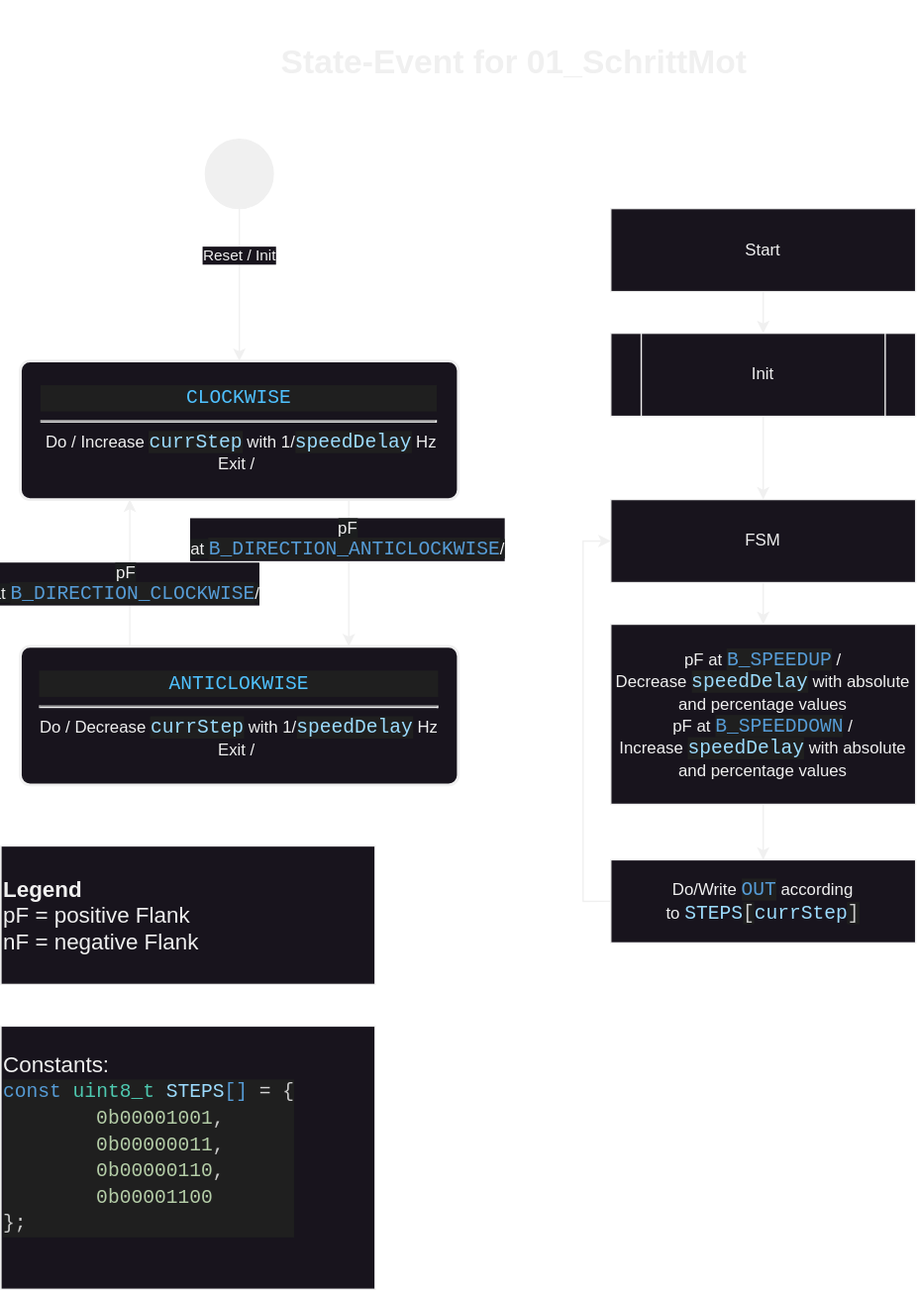
Before: readme/State-Event.drawio.svg, a diagram exported from draw.io (ml3rc/01_SchrittMot). Source tidied: cells renumbered, new cells last; positions are measured from the earlier drawing's top-left corner, leaving out a move shared by most shapes. Its diagram source:
```xml
<mxGraphModel>
  <root>
    <mxCell id="0" />
    <mxCell id="1" parent="0" />
    <mxCell id="2" style="edgeStyle=orthogonalEdgeStyle;rounded=0;jettySize=auto;html=1;exitX=0.5;exitY=1;exitDx=0;exitDy=0;entryX=0.5;entryY=0;entryDx=0;entryDy=0;" parent="1" edge="1" source="9" target="6">
      <mxGeometry relative="1" as="geometry" />
    </mxCell>
    <mxCell id="3" value="Reset / Init" style="edgeLabel;html=1;align=center;verticalAlign=middle;" parent="2" vertex="1">
      <mxGeometry x="0.3" relative="1" as="geometry">
        <mxPoint y="-38" as="offset" />
      </mxGeometry>
    </mxCell>
    <mxCell id="4" style="edgeStyle=orthogonalEdgeStyle;rounded=0;jettySize=auto;html=1;exitX=0.75;exitY=1;exitDx=0;exitDy=0;entryX=0.75;entryY=0;entryDx=0;entryDy=0;" parent="1" edge="1" source="6" target="13">
      <mxGeometry relative="1" as="geometry" />
    </mxCell>
    <mxCell id="5" value="&lt;span style=&quot;font-size: 12px; text-wrap: wrap; background-color: rgb(27, 29, 30);&quot;&gt;pF at&amp;nbsp;&lt;/span&gt;&lt;span style=&quot;color: rgb(86, 156, 214); background-color: rgb(31, 31, 31); font-family: Consolas, &amp;quot;Courier New&amp;quot;, monospace; font-size: 14px; white-space-collapse: preserve;&quot;&gt;B_DIRECTION_ANTICLOCKWISE&lt;/span&gt;&lt;span style=&quot;font-size: 12px; text-wrap: wrap; background-color: rgb(27, 29, 30);&quot;&gt;/&lt;/span&gt;" style="edgeLabel;html=1;align=center;verticalAlign=middle;" parent="4" vertex="1">
      <mxGeometry x="-0.46" y="-3" relative="1" as="geometry">
        <mxPoint x="2" as="offset" />
      </mxGeometry>
    </mxCell>
    <mxCell id="6" value="&lt;div style=&quot;color: rgb(204, 204, 204); background-color: rgb(31, 31, 31); font-family: Consolas, &amp;quot;Courier New&amp;quot;, monospace; font-size: 14px; line-height: 19px; white-space: pre;&quot;&gt;&lt;span style=&quot;color: #4fc1ff;&quot;&gt;CLOCKWISE&lt;/span&gt;&lt;/div&gt;&lt;hr&gt;&amp;nbsp;Do / Increase&amp;nbsp;&lt;span style=&quot;color: rgb(156, 220, 254); background-color: rgb(31, 31, 31); font-family: Consolas, &amp;quot;Courier New&amp;quot;, monospace; font-size: 14px; white-space: pre;&quot;&gt;currStep&lt;/span&gt;&lt;span style=&quot;background-color: initial;&quot;&gt;&amp;nbsp;with 1/&lt;/span&gt;&lt;span style=&quot;color: rgb(156, 220, 254); background-color: rgb(31, 31, 31); font-family: Consolas, &amp;quot;Courier New&amp;quot;, monospace; font-size: 14px; white-space: pre;&quot;&gt;speedDelay&lt;/span&gt;&amp;nbsp;Hz&lt;div&gt;Exit /&amp;nbsp;&lt;/div&gt;" style="rounded=1;whiteSpace=wrap;html=1;absoluteArcSize=1;arcSize=14;strokeWidth=2;" parent="1" vertex="1">
      <mxGeometry x="14" y="260" width="316" height="100" as="geometry" />
    </mxCell>
    <mxCell id="7" value="&lt;h1&gt;&lt;br&gt;&lt;/h1&gt;" style="text;html=1;align=center;verticalAlign=middle;strokeColor=none;fillColor=none;" parent="1" vertex="1">
      <mxGeometry x="90" width="20" height="70" as="geometry" />
    </mxCell>
    <mxCell id="8" value="&lt;div style=&quot;&quot;&gt;&lt;font size=&quot;3&quot;&gt;&lt;b&gt;Legend&lt;/b&gt;&lt;/font&gt;&lt;/div&gt;&lt;div style=&quot;&quot;&gt;&lt;font size=&quot;3&quot;&gt;pF = positive Flank&lt;/font&gt;&lt;/div&gt;&lt;div style=&quot;&quot;&gt;&lt;font size=&quot;3&quot;&gt;nF = negative&amp;nbsp;&lt;/font&gt;&lt;span style=&quot;font-size: medium; background-color: initial;&quot;&gt;Flank&lt;/span&gt;&lt;/div&gt;" style="html=1;whiteSpace=wrap;align=left;" parent="1" vertex="1">
      <mxGeometry y="610" width="270" height="100" as="geometry" />
    </mxCell>
    <mxCell id="9" style="ellipse;fillColor=strokeColor;html=1;" parent="1" vertex="1">
      <mxGeometry x="147.5" y="100" width="49" height="50" as="geometry" />
    </mxCell>
    <mxCell id="10" value="&lt;h1&gt;&lt;b&gt;State-Event for 01_SchrittMot&lt;/b&gt;&lt;/h1&gt;" style="text;html=1;align=center;verticalAlign=middle;strokeColor=none;fillColor=none;" parent="1" vertex="1">
      <mxGeometry x="190" y="10" width="360" height="70" as="geometry" />
    </mxCell>
    <mxCell id="11" style="edgeStyle=orthogonalEdgeStyle;rounded=0;jettySize=auto;html=1;entryX=0.25;entryY=1;entryDx=0;entryDy=0;exitX=0.25;exitY=0;exitDx=0;exitDy=0;" parent="1" edge="1" source="13" target="6">
      <mxGeometry relative="1" as="geometry" />
    </mxCell>
    <mxCell id="12" value="&lt;span style=&quot;font-size: 12px; text-wrap: wrap; background-color: rgb(27, 29, 30);&quot;&gt;pF at&amp;nbsp;&lt;/span&gt;&lt;span style=&quot;color: rgb(86, 156, 214); background-color: rgb(31, 31, 31); font-family: Consolas, &amp;quot;Courier New&amp;quot;, monospace; font-size: 14px; white-space-collapse: preserve;&quot;&gt;B_DIRECTION_CLOCKWISE&lt;/span&gt;&lt;span style=&quot;font-size: 12px; text-wrap: wrap; background-color: rgb(27, 29, 30);&quot;&gt;/&lt;/span&gt;" style="edgeLabel;html=1;align=center;verticalAlign=middle;" parent="11" vertex="1">
      <mxGeometry x="0.04" y="-1" relative="1" as="geometry">
        <mxPoint x="-4" y="9" as="offset" />
      </mxGeometry>
    </mxCell>
    <mxCell id="13" value="&lt;div style=&quot;color: rgb(204, 204, 204); background-color: rgb(31, 31, 31); font-family: Consolas, &amp;quot;Courier New&amp;quot;, monospace; font-size: 14px; line-height: 19px; white-space: pre;&quot;&gt;&lt;div style=&quot;line-height: 19px;&quot;&gt;&lt;span style=&quot;color: #4fc1ff;&quot;&gt;ANTICLOKWISE&lt;/span&gt;&lt;/div&gt;&lt;/div&gt;&lt;hr&gt;&lt;div&gt;Do / Decrease&amp;nbsp;&lt;span style=&quot;color: rgb(156, 220, 254); background-color: rgb(31, 31, 31); font-family: Consolas, &amp;quot;Courier New&amp;quot;, monospace; font-size: 14px; white-space: pre;&quot;&gt;currStep&lt;/span&gt;&lt;span style=&quot;background-color: initial;&quot;&gt;&amp;nbsp;with 1/&lt;/span&gt;&lt;span style=&quot;color: rgb(156, 220, 254); background-color: rgb(31, 31, 31); font-family: Consolas, &amp;quot;Courier New&amp;quot;, monospace; font-size: 14px; white-space: pre;&quot;&gt;speedDelay&lt;/span&gt;&amp;nbsp;Hz&lt;br&gt;&lt;/div&gt;&lt;div&gt;Exit /&amp;nbsp;&lt;/div&gt;" style="rounded=1;whiteSpace=wrap;html=1;absoluteArcSize=1;arcSize=14;strokeWidth=2;" parent="1" vertex="1">
      <mxGeometry x="14" y="466" width="316" height="100" as="geometry" />
    </mxCell>
    <mxCell id="14" value="&lt;div style=&quot;&quot;&gt;&lt;span style=&quot;font-size: medium; background-color: initial;&quot;&gt;Constants:&lt;/span&gt;&lt;/div&gt;&lt;div style=&quot;&quot;&gt;&lt;div style=&quot;color: rgb(204, 204, 204); background-color: rgb(31, 31, 31); font-family: Consolas, &amp;quot;Courier New&amp;quot;, monospace; font-size: 14px; line-height: 19px; white-space: pre;&quot;&gt;&lt;div&gt;&lt;span style=&quot;color: #569cd6;&quot;&gt;const&lt;/span&gt; &lt;span style=&quot;color: #4ec9b0;&quot;&gt;uint8_t&lt;/span&gt; &lt;span style=&quot;color: #9cdcfe;&quot;&gt;STEPS&lt;/span&gt;&lt;span style=&quot;color: #569cd6;&quot;&gt;[]&lt;/span&gt; &lt;span style=&quot;color: #d4d4d4;&quot;&gt;=&lt;/span&gt; {&lt;/div&gt;&lt;div&gt;&amp;nbsp; &amp;nbsp; &amp;nbsp; &amp;nbsp; &lt;span style=&quot;color: #b5cea8;&quot;&gt;0b00001001&lt;/span&gt;,&lt;/div&gt;&lt;div&gt;&amp;nbsp; &amp;nbsp; &amp;nbsp; &amp;nbsp; &lt;span style=&quot;color: #b5cea8;&quot;&gt;0b00000011&lt;/span&gt;,&lt;/div&gt;&lt;div&gt;&amp;nbsp; &amp;nbsp; &amp;nbsp; &amp;nbsp; &lt;span style=&quot;color: #b5cea8;&quot;&gt;0b00000110&lt;/span&gt;,&lt;/div&gt;&lt;div&gt;&amp;nbsp; &amp;nbsp; &amp;nbsp; &amp;nbsp; &lt;span style=&quot;color: #b5cea8;&quot;&gt;0b00001100&lt;/span&gt;&lt;/div&gt;&lt;div&gt;};&lt;/div&gt;&lt;/div&gt;&lt;/div&gt;&lt;div style=&quot;&quot;&gt;&lt;span style=&quot;font-size: medium; background-color: initial;&quot;&gt;&lt;br&gt;&lt;/span&gt;&lt;/div&gt;" style="html=1;whiteSpace=wrap;align=left;" parent="1" vertex="1">
      <mxGeometry y="740" width="270" height="190" as="geometry" />
    </mxCell>
    <mxCell id="15" style="edgeStyle=orthogonalEdgeStyle;rounded=0;jettySize=auto;html=1;exitX=0.5;exitY=1;exitDx=0;exitDy=0;entryX=0.5;entryY=0;entryDx=0;entryDy=0;" parent="1" edge="1" source="16" target="17">
      <mxGeometry relative="1" as="geometry" />
    </mxCell>
    <mxCell id="16" value="Start" style="rounded=0;whiteSpace=wrap;html=1;" parent="1" vertex="1">
      <mxGeometry x="440" y="150" width="220" height="60" as="geometry" />
    </mxCell>
    <mxCell id="17" value="Init" style="shape=process;whiteSpace=wrap;html=1;backgroundOutline=1;" parent="1" vertex="1">
      <mxGeometry x="440" y="240" width="220" height="60" as="geometry" />
    </mxCell>
    <mxCell id="18" style="edgeStyle=orthogonalEdgeStyle;rounded=0;jettySize=auto;html=1;exitX=0.5;exitY=1;exitDx=0;exitDy=0;entryX=0.5;entryY=0;entryDx=0;entryDy=0;" parent="1" edge="1" source="19" target="21">
      <mxGeometry relative="1" as="geometry" />
    </mxCell>
    <mxCell id="19" value="FSM" style="rounded=0;whiteSpace=wrap;html=1;" parent="1" vertex="1">
      <mxGeometry x="440" y="360" width="220" height="60" as="geometry" />
    </mxCell>
    <mxCell id="20" style="edgeStyle=orthogonalEdgeStyle;rounded=0;jettySize=auto;html=1;exitX=0.5;exitY=1;exitDx=0;exitDy=0;entryX=0.5;entryY=0;entryDx=0;entryDy=0;" parent="1" edge="1" source="21" target="23">
      <mxGeometry relative="1" as="geometry" />
    </mxCell>
    <mxCell id="21" value="pF at&amp;nbsp;&lt;span style=&quot;color: rgb(86, 156, 214); background-color: rgb(31, 31, 31); font-family: Consolas, &amp;quot;Courier New&amp;quot;, monospace; font-size: 14px; white-space: pre;&quot;&gt;B_SPEEDUP&lt;/span&gt;&lt;span style=&quot;background-color: initial;&quot;&gt;&amp;nbsp;/ Decrease&amp;nbsp;&lt;/span&gt;&lt;span style=&quot;color: rgb(156, 220, 254); background-color: rgb(31, 31, 31); font-family: Consolas, &amp;quot;Courier New&amp;quot;, monospace; font-size: 14px; white-space: pre;&quot;&gt;speedDelay&lt;/span&gt;&lt;span style=&quot;background-color: initial;&quot;&gt;&amp;nbsp;with absolute and percentage values&lt;/span&gt;&lt;div&gt;pF at&amp;nbsp;&lt;span style=&quot;color: rgb(86, 156, 214); background-color: rgb(31, 31, 31); font-family: Consolas, &amp;quot;Courier New&amp;quot;, monospace; font-size: 14px; white-space: pre;&quot;&gt;B_SPEEDDOWN&lt;/span&gt;&lt;span style=&quot;background-color: initial;&quot;&gt;&amp;nbsp;/ Increase&amp;nbsp;&lt;/span&gt;&lt;span style=&quot;color: rgb(156, 220, 254); background-color: rgb(31, 31, 31); font-family: Consolas, &amp;quot;Courier New&amp;quot;, monospace; font-size: 14px; white-space: pre;&quot;&gt;speedDelay&lt;/span&gt;&lt;span style=&quot;background-color: initial;&quot;&gt;&amp;nbsp;with absolute and percentage values&lt;/span&gt;&lt;br&gt;&lt;/div&gt;" style="rounded=0;whiteSpace=wrap;html=1;" parent="1" vertex="1">
      <mxGeometry x="440" y="450" width="220" height="130" as="geometry" />
    </mxCell>
    <mxCell id="22" style="edgeStyle=orthogonalEdgeStyle;rounded=0;jettySize=auto;html=1;exitX=0;exitY=0.5;exitDx=0;exitDy=0;entryX=0;entryY=0.5;entryDx=0;entryDy=0;" parent="1" edge="1" source="23" target="19">
      <mxGeometry relative="1" as="geometry" />
    </mxCell>
    <mxCell id="23" value="Do/Write&amp;nbsp;&lt;span style=&quot;color: rgb(86, 156, 214); background-color: rgb(31, 31, 31); font-family: Consolas, &amp;quot;Courier New&amp;quot;, monospace; font-size: 14px; white-space: pre;&quot;&gt;OUT&lt;/span&gt;&lt;span style=&quot;background-color: initial;&quot;&gt;&amp;nbsp;according to&amp;nbsp;&lt;/span&gt;&lt;span style=&quot;font-family: Consolas, &amp;quot;Courier New&amp;quot;, monospace; font-size: 14px; white-space: pre; color: rgb(156, 220, 254);&quot;&gt;STEPS&lt;/span&gt;&lt;span style=&quot;background-color: rgb(31, 31, 31); color: rgb(204, 204, 204); font-family: Consolas, &amp;quot;Courier New&amp;quot;, monospace; font-size: 14px; white-space: pre;&quot;&gt;[&lt;/span&gt;&lt;span style=&quot;font-family: Consolas, &amp;quot;Courier New&amp;quot;, monospace; font-size: 14px; white-space: pre; color: rgb(156, 220, 254);&quot;&gt;currStep&lt;/span&gt;&lt;span style=&quot;background-color: rgb(31, 31, 31); color: rgb(204, 204, 204); font-family: Consolas, &amp;quot;Courier New&amp;quot;, monospace; font-size: 14px; white-space: pre;&quot;&gt;]&lt;/span&gt;" style="rounded=0;whiteSpace=wrap;html=1;" parent="1" vertex="1">
      <mxGeometry x="440" y="620" width="220" height="60" as="geometry" />
    </mxCell>
    <mxCell id="24" style="edgeStyle=orthogonalEdgeStyle;rounded=0;jettySize=auto;html=1;exitX=0.5;exitY=1;exitDx=0;exitDy=0;entryX=0.5;entryY=0;entryDx=0;entryDy=0;" parent="1" edge="1" source="17" target="19">
      <mxGeometry relative="1" as="geometry" />
    </mxCell>
  </root>
</mxGraphModel>
```
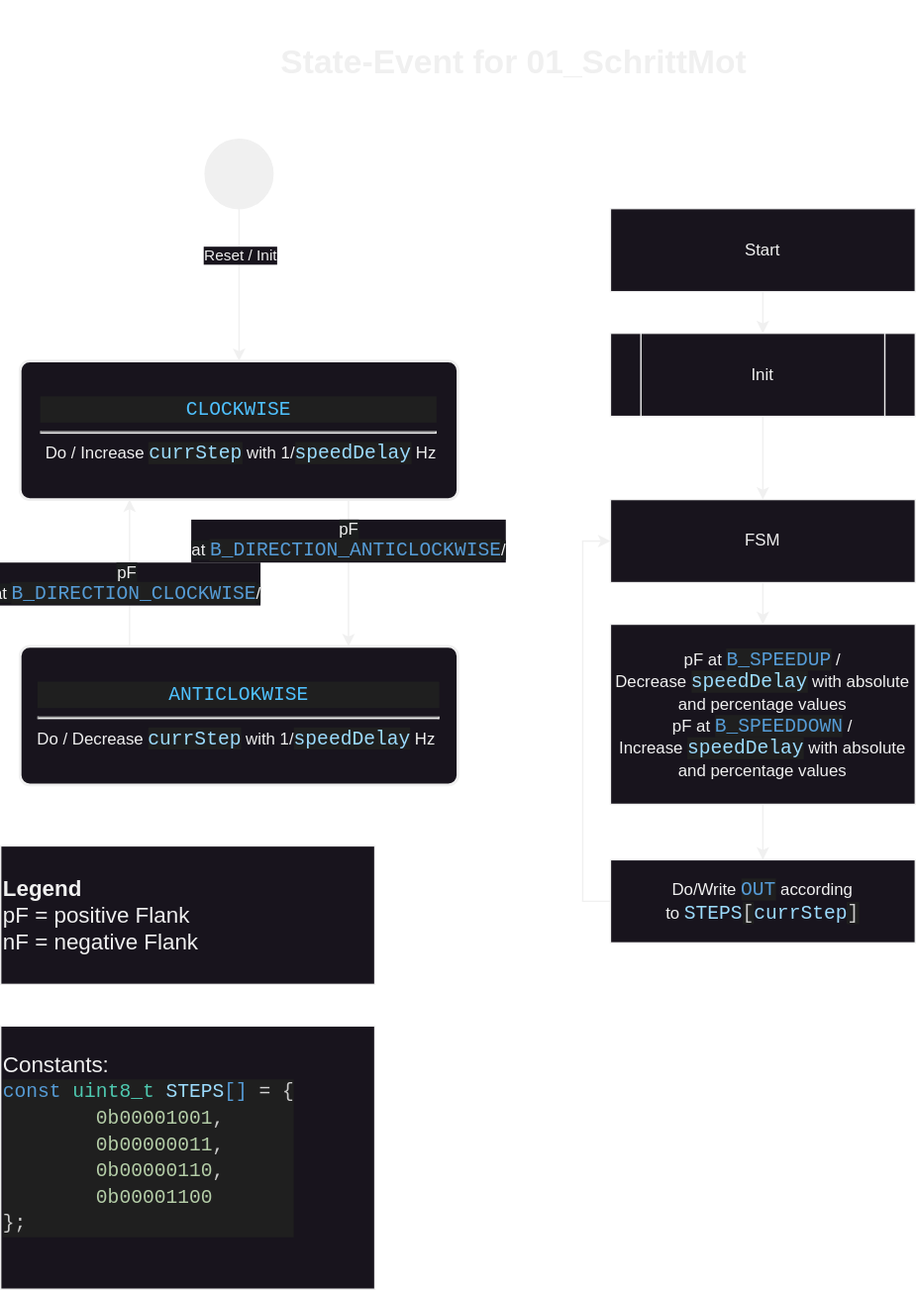
After the change.

What changed in the source:
```diff
@@ -18,7 +18,7 @@
         <mxPoint x="2" as="offset" />
       </mxGeometry>
     </mxCell>
-    <mxCell id="6" value="&lt;div style=&quot;color: rgb(204, 204, 204); background-color: rgb(31, 31, 31); font-family: Consolas, &amp;quot;Courier New&amp;quot;, monospace; font-size: 14px; line-height: 19px; white-space: pre;&quot;&gt;&lt;span style=&quot;color: #4fc1ff;&quot;&gt;CLOCKWISE&lt;/span&gt;&lt;/div&gt;&lt;hr&gt;&amp;nbsp;Do / Increase&amp;nbsp;&lt;span style=&quot;color: rgb(156, 220, 254); background-color: rgb(31, 31, 31); font-family: Consolas, &amp;quot;Courier New&amp;quot;, monospace; font-size: 14px; white-space: pre;&quot;&gt;currStep&lt;/span&gt;&lt;span style=&quot;background-color: initial;&quot;&gt;&amp;nbsp;with 1/&lt;/span&gt;&lt;span style=&quot;color: rgb(156, 220, 254); background-color: rgb(31, 31, 31); font-family: Consolas, &amp;quot;Courier New&amp;quot;, monospace; font-size: 14px; white-space: pre;&quot;&gt;speedDelay&lt;/span&gt;&amp;nbsp;Hz&lt;div&gt;Exit /&amp;nbsp;&lt;/div&gt;" style="rounded=1;whiteSpace=wrap;html=1;absoluteArcSize=1;arcSize=14;strokeWidth=2;" parent="1" vertex="1">
+    <mxCell id="6" value="&lt;div style=&quot;color: rgb(204, 204, 204); background-color: rgb(31, 31, 31); font-family: Consolas, &amp;quot;Courier New&amp;quot;, monospace; font-size: 14px; line-height: 19px; white-space: pre;&quot;&gt;&lt;span style=&quot;color: #4fc1ff;&quot;&gt;CLOCKWISE&lt;/span&gt;&lt;/div&gt;&lt;hr&gt;&amp;nbsp;Do / Increase&amp;nbsp;&lt;span style=&quot;color: rgb(156, 220, 254); background-color: rgb(31, 31, 31); font-family: Consolas, &amp;quot;Courier New&amp;quot;, monospace; font-size: 14px; white-space: pre;&quot;&gt;currStep&lt;/span&gt;&lt;span style=&quot;background-color: initial;&quot;&gt;&amp;nbsp;with 1/&lt;/span&gt;&lt;span style=&quot;color: rgb(156, 220, 254); background-color: rgb(31, 31, 31); font-family: Consolas, &amp;quot;Courier New&amp;quot;, monospace; font-size: 14px; white-space: pre;&quot;&gt;speedDelay&lt;/span&gt;&amp;nbsp;Hz" style="rounded=1;whiteSpace=wrap;html=1;absoluteArcSize=1;arcSize=14;strokeWidth=2;" parent="1" vertex="1">
       <mxGeometry x="14" y="260" width="316" height="100" as="geometry" />
     </mxCell>
     <mxCell id="7" value="&lt;h1&gt;&lt;br&gt;&lt;/h1&gt;" style="text;html=1;align=center;verticalAlign=middle;strokeColor=none;fillColor=none;" parent="1" vertex="1">
@@ -41,7 +41,7 @@
         <mxPoint x="-4" y="9" as="offset" />
       </mxGeometry>
     </mxCell>
-    <mxCell id="13" value="&lt;div style=&quot;color: rgb(204, 204, 204); background-color: rgb(31, 31, 31); font-family: Consolas, &amp;quot;Courier New&amp;quot;, monospace; font-size: 14px; line-height: 19px; white-space: pre;&quot;&gt;&lt;div style=&quot;line-height: 19px;&quot;&gt;&lt;span style=&quot;color: #4fc1ff;&quot;&gt;ANTICLOKWISE&lt;/span&gt;&lt;/div&gt;&lt;/div&gt;&lt;hr&gt;&lt;div&gt;Do / Decrease&amp;nbsp;&lt;span style=&quot;color: rgb(156, 220, 254); background-color: rgb(31, 31, 31); font-family: Consolas, &amp;quot;Courier New&amp;quot;, monospace; font-size: 14px; white-space: pre;&quot;&gt;currStep&lt;/span&gt;&lt;span style=&quot;background-color: initial;&quot;&gt;&amp;nbsp;with 1/&lt;/span&gt;&lt;span style=&quot;color: rgb(156, 220, 254); background-color: rgb(31, 31, 31); font-family: Consolas, &amp;quot;Courier New&amp;quot;, monospace; font-size: 14px; white-space: pre;&quot;&gt;speedDelay&lt;/span&gt;&amp;nbsp;Hz&lt;br&gt;&lt;/div&gt;&lt;div&gt;Exit /&amp;nbsp;&lt;/div&gt;" style="rounded=1;whiteSpace=wrap;html=1;absoluteArcSize=1;arcSize=14;strokeWidth=2;" parent="1" vertex="1">
+    <mxCell id="13" value="&lt;div style=&quot;color: rgb(204, 204, 204); background-color: rgb(31, 31, 31); font-family: Consolas, &amp;quot;Courier New&amp;quot;, monospace; font-size: 14px; line-height: 19px; white-space: pre;&quot;&gt;&lt;div style=&quot;line-height: 19px;&quot;&gt;&lt;span style=&quot;color: #4fc1ff;&quot;&gt;ANTICLOKWISE&lt;/span&gt;&lt;/div&gt;&lt;/div&gt;&lt;hr&gt;&lt;div&gt;Do / Decrease&amp;nbsp;&lt;span style=&quot;color: rgb(156, 220, 254); background-color: rgb(31, 31, 31); font-family: Consolas, &amp;quot;Courier New&amp;quot;, monospace; font-size: 14px; white-space: pre;&quot;&gt;currStep&lt;/span&gt;&lt;span style=&quot;background-color: initial;&quot;&gt;&amp;nbsp;with 1/&lt;/span&gt;&lt;span style=&quot;color: rgb(156, 220, 254); background-color: rgb(31, 31, 31); font-family: Consolas, &amp;quot;Courier New&amp;quot;, monospace; font-size: 14px; white-space: pre;&quot;&gt;speedDelay&lt;/span&gt;&amp;nbsp;Hz&lt;span style=&quot;background-color: initial;&quot;&gt;&amp;nbsp;&lt;/span&gt;&lt;/div&gt;" style="rounded=1;whiteSpace=wrap;html=1;absoluteArcSize=1;arcSize=14;strokeWidth=2;" parent="1" vertex="1">
       <mxGeometry x="14" y="466" width="316" height="100" as="geometry" />
     </mxCell>
     <mxCell id="14" value="&lt;div style=&quot;&quot;&gt;&lt;span style=&quot;font-size: medium; background-color: initial;&quot;&gt;Constants:&lt;/span&gt;&lt;/div&gt;&lt;div style=&quot;&quot;&gt;&lt;div style=&quot;color: rgb(204, 204, 204); background-color: rgb(31, 31, 31); font-family: Consolas, &amp;quot;Courier New&amp;quot;, monospace; font-size: 14px; line-height: 19px; white-space: pre;&quot;&gt;&lt;div&gt;&lt;span style=&quot;color: #569cd6;&quot;&gt;const&lt;/span&gt; &lt;span style=&quot;color: #4ec9b0;&quot;&gt;uint8_t&lt;/span&gt; &lt;span style=&quot;color: #9cdcfe;&quot;&gt;STEPS&lt;/span&gt;&lt;span style=&quot;color: #569cd6;&quot;&gt;[]&lt;/span&gt; &lt;span style=&quot;color: #d4d4d4;&quot;&gt;=&lt;/span&gt; {&lt;/div&gt;&lt;div&gt;&amp;nbsp; &amp;nbsp; &amp;nbsp; &amp;nbsp; &lt;span style=&quot;color: #b5cea8;&quot;&gt;0b00001001&lt;/span&gt;,&lt;/div&gt;&lt;div&gt;&amp;nbsp; &amp;nbsp; &amp;nbsp; &amp;nbsp; &lt;span style=&quot;color: #b5cea8;&quot;&gt;0b00000011&lt;/span&gt;,&lt;/div&gt;&lt;div&gt;&amp;nbsp; &amp;nbsp; &amp;nbsp; &amp;nbsp; &lt;span style=&quot;color: #b5cea8;&quot;&gt;0b00000110&lt;/span&gt;,&lt;/div&gt;&lt;div&gt;&amp;nbsp; &amp;nbsp; &amp;nbsp; &amp;nbsp; &lt;span style=&quot;color: #b5cea8;&quot;&gt;0b00001100&lt;/span&gt;&lt;/div&gt;&lt;div&gt;};&lt;/div&gt;&lt;/div&gt;&lt;/div&gt;&lt;div style=&quot;&quot;&gt;&lt;span style=&quot;font-size: medium; background-color: initial;&quot;&gt;&lt;br&gt;&lt;/span&gt;&lt;/div&gt;" style="html=1;whiteSpace=wrap;align=left;" parent="1" vertex="1">
```
